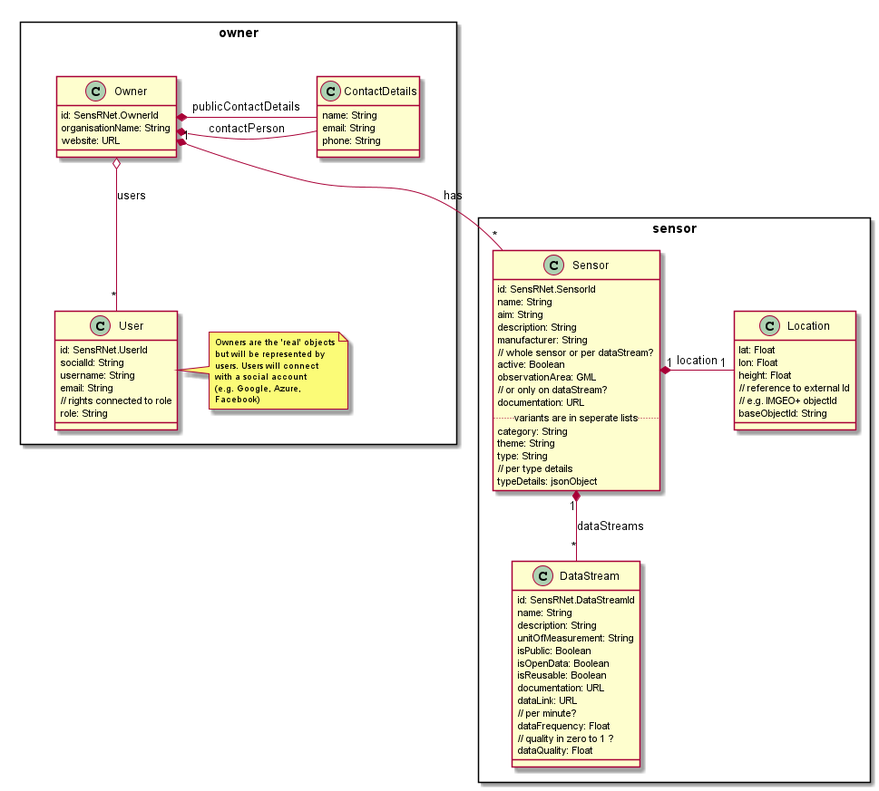
The PlantUML diagram images/SensRNet-UML-Model.png in kadaster-labs/sensrnet-home, before a commit.
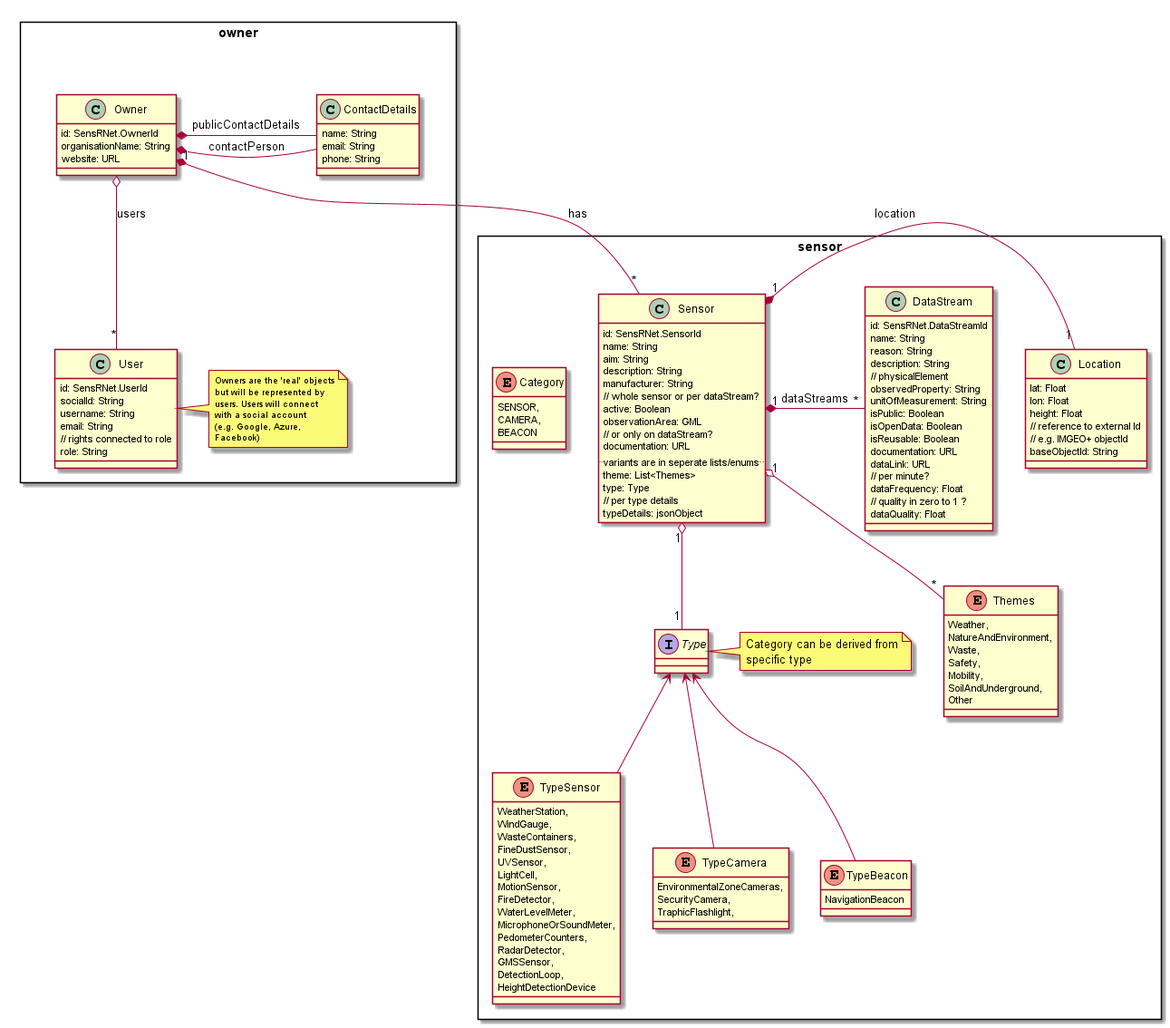
The same file after the commit.

Change to the diagram source:
```diff
@@ -51,12 +51,62 @@
         observationArea: GML
         // or only on dataStream?
         documentation: URL
-        .. variants are in seperate lists ..
-        category: String
-        theme: String
-        type: String
+        .. variants are in seperate lists/enums ..
+        theme: List<Themes>
+        type: Type
         // per type details
         typeDetails: jsonObject
+    }
+
+    interface Type
+
+    note left
+        Category can be derived from
+        specific type
+    end note
+
+    enum Category {
+        SENSOR,
+        CAMERA,
+        BEACON
+    }
+
+    enum Themes {
+        Weather,
+        NatureAndEnvironment,
+        Waste,
+        Safety,
+        Mobility,
+        SoilAndUnderground,
+        Other
+    }
+
+    enum TypeSensor {
+        WeatherStation,
+        WindGauge,
+        WasteContainers,
+        FineDustSensor,
+        UVSensor,
+        LightCell,
+        MotionSensor,
+        FireDetector,
+        WaterLevelMeter,
+        MicrophoneOrSoundMeter,
+        PedometerCounters,
+        RadarDetector,
+        GMSSensor,
+        DetectionLoop,
+        HeightDetectionDevice
+    }
+
+    enum TypeCamera {
+        EnvironmentalZoneCameras,
+        SecurityCamera,
+        TraphicFlashlight,
+    }
+
+    enum TypeBeacon {
+        NavigationBeacon
     }
 
     class Location {
@@ -71,7 +121,10 @@
     class DataStream {
         id: SensRNet.DataStreamId
         name: String
+        reason: String
         description: String
+        // physicalElement
+        observedProperty: String
         unitOfMeasurement: String
         isPublic: Boolean
         isOpenData: Boolean
@@ -85,8 +138,13 @@
     }
 
     Sensor "1" *- "1" Location : location
-    Sensor "1" *-- "*" DataStream : dataStreams
+    Sensor "1" *- "*" DataStream : dataStreams
 
+    Sensor "1" o-- "*" Themes
+    Sensor "1" o-- "1" Type
+    Type <-- TypeSensor
+    Type <-- TypeBeacon
+    Type <-- TypeCamera
 }
 
 Owner "1" *-- "*" Sensor : has
```
